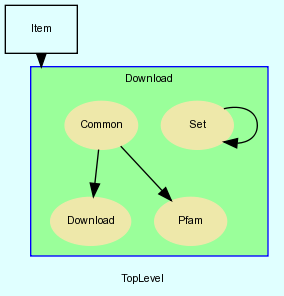
Above: doc/dot/f_0.png in ddiez/seqminer (Graphviz), before the change. Its source is kept beside it as doc/dot/f_0.dot.
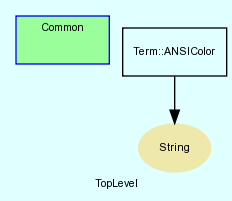
The same file after the commit.

The edit, as a diff of the source:
```diff
@@ -10,78 +10,39 @@
         fontsize = 8
     ]
 
-    Download__Set -> Download__Set [
-
-    ]
-
-    Download__Common -> Download__Download [
-
-    ]
-
-    Download__Common -> Download__Pfam [
-
-    ]
-
-    subgraph cluster_Download {
-        label = "Download"
+    subgraph cluster_Common {
+        label = "Common"
         fillcolor = palegreen1
-        URL = "classes/Download.html"
+        URL = "classes/Common.html"
         color = blue
         fontname = Arial
         style = filled
-        Download [
+        Common [
             shape = plaintext,
             height = 0.01,
-            width = 0.01,
+            width = 0.75,
             label = ""
-        ]
-
-        Download__Set [
-            fontcolor = black,
-            shape = ellipse,
-            URL = "classes/Download/Set.html",
-            color = palegoldenrod,
-            style = filled,
-            label = "Set"
-        ]
-
-        Download__Common [
-            fontcolor = black,
-            shape = ellipse,
-            URL = "classes/Download/Common.html",
-            color = palegoldenrod,
-            style = filled,
-            label = "Common"
-        ]
-
-        Download__Download [
-            fontcolor = black,
-            shape = ellipse,
-            URL = "classes/Download/Download.html",
-            color = palegoldenrod,
-            style = filled,
-            label = "Download"
-        ]
-
-        Download__Pfam [
-            fontcolor = black,
-            shape = ellipse,
-            URL = "classes/Download/Pfam.html",
-            color = palegoldenrod,
-            style = filled,
-            label = "Pfam"
         ]
 
     }
 
-    Item [
-        shape = box,
-        URL = "classes/Item.html",
-        label = "Item"
+    String [
+        fontcolor = black,
+        shape = ellipse,
+        URL = "classes/String.html",
+        color = palegoldenrod,
+        style = filled,
+        label = "String"
     ]
 
-    Item -> Download [
-        lhead = cluster_Download
+    Term__ANSIColor [
+        shape = box,
+        URL = "classes/Term/ANSIColor.html",
+        label = "Term::ANSIColor"
+    ]
+
+    Term__ANSIColor -> String [
+
     ]
 
 }
```
